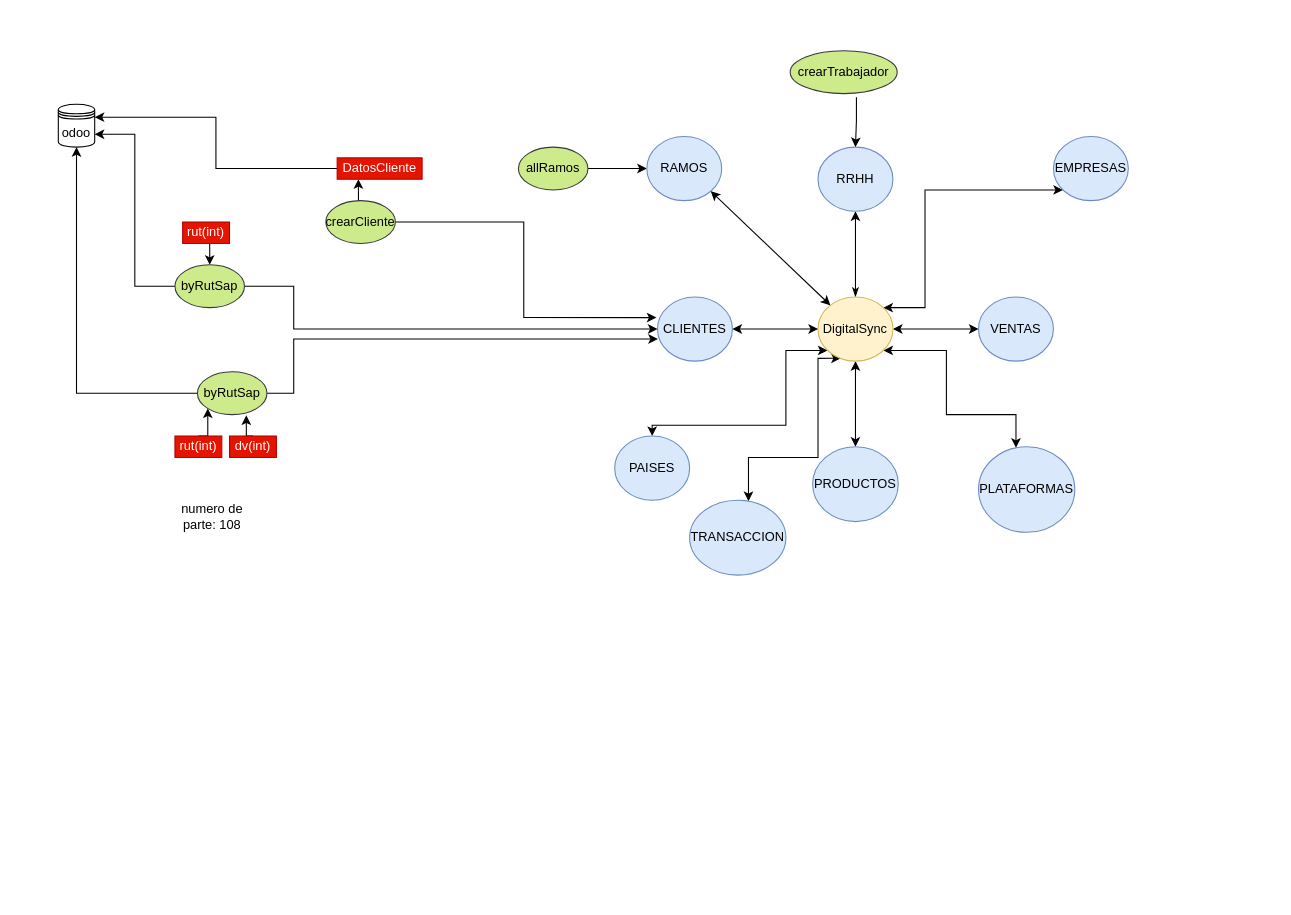
Above: diagramas/api-cliente.drawio in vvilche1/draw.io (draw.io), before the change. Source tidied: cells renumbered, new cells numbered last; positions are measured from the earlier drawing's top-left corner, leaving out a move shared by most shapes. Both pictures are drawn from the tidied source at 107%, with x=0, y=0 at pixel (58, 50).
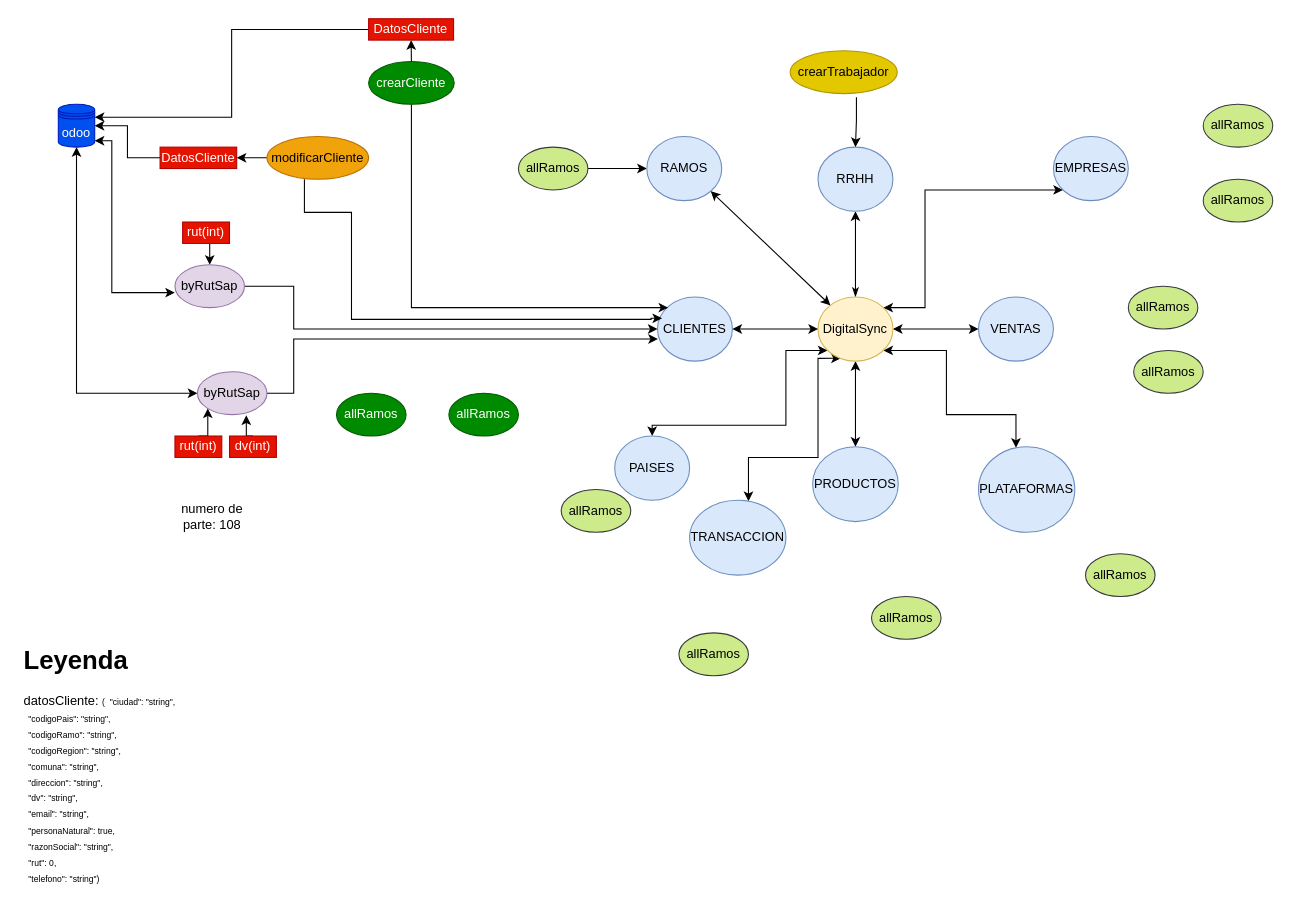
The same diagram, later.

Unchanged cells that the change refers to:
```xml
<mxCell id="12" value="CLIENTES" style="ellipse;whiteSpace=wrap;html=1;fillColor=#dae8fc;strokeColor=#6c8ebf;" parent="1" vertex="1">
  <mxGeometry x="560" y="230" width="70" height="60" as="geometry" />
</mxCell>
```

Diff of the diagram source:
```diff
@@
-    <mxCell id="25" style="edgeStyle=orthogonalEdgeStyle;rounded=0;jettySize=auto;html=1;entryX=1;entryY=0.7;entryDx=0;entryDy=0;startArrow=none;startFill=0;" parent="1" edge="1" source="26" target="35">
-      <mxGeometry relative="1" as="geometry" />
+    <mxCell id="25" style="edgeStyle=orthogonalEdgeStyle;rounded=0;orthogonalLoop=1;jettySize=auto;html=1;entryX=1;entryY=0.7;entryDx=0;entryDy=0;startArrow=classic;startFill=1;" parent="1" edge="1">
+      <mxGeometry relative="1" as="geometry">
+        <mxPoint x="109" y="226" as="sourcePoint" />
+        <mxPoint x="34" y="84" as="targetPoint" />
+        <Array as="points">
+          <mxPoint x="50" y="226" />
+          <mxPoint x="50" y="84" />
+        </Array>
+      </mxGeometry>
     </mxCell>
-    <mxCell id="26" value="byRutSap" style="ellipse;whiteSpace=wrap;html=1;fillColor=#cdeb8b;strokeColor=#36393d;" parent="1" vertex="1">
+    <mxCell id="26" value="byRutSap" style="ellipse;whiteSpace=wrap;html=1;fillColor=#e1d5e7;strokeColor=#9673a6;" parent="1" vertex="1">
       <mxGeometry x="109" y="200" width="65" height="40" as="geometry" />
     </mxCell>
@@
-    <mxCell id="28" value="crearTrabajador" style="ellipse;whiteSpace=wrap;html=1;fillColor=#cdeb8b;strokeColor=#36393d;" parent="1" vertex="1">
+    <mxCell id="28" value="crearTrabajador" style="ellipse;whiteSpace=wrap;html=1;fillColor=#e3c800;strokeColor=#B09500;fontColor=#000000;" parent="1" vertex="1">
       <mxGeometry x="684" width="100" height="40" as="geometry" />
     </mxCell>
@@
-    <mxCell id="31" style="edgeStyle=orthogonalEdgeStyle;rounded=0;jettySize=auto;html=1;entryX=0.5;entryY=1;entryDx=0;entryDy=0;startArrow=none;startFill=0;" parent="1" edge="1" source="32" target="35">
+    <mxCell id="31" style="edgeStyle=orthogonalEdgeStyle;rounded=0;jettySize=auto;html=1;entryX=0.5;entryY=1;entryDx=0;entryDy=0;startArrow=classic;startFill=1;" parent="1" edge="1" source="32" target="35">
       <mxGeometry relative="1" as="geometry" />
     </mxCell>
-    <mxCell id="32" value="byRutSap" style="ellipse;whiteSpace=wrap;html=1;fillColor=#cdeb8b;strokeColor=#36393d;" parent="1" vertex="1">
+    <mxCell id="32" value="byRutSap" style="ellipse;whiteSpace=wrap;html=1;fillColor=#e1d5e7;strokeColor=#9673a6;" parent="1" vertex="1">
       <mxGeometry x="130" y="300" width="65" height="40" as="geometry" />
     </mxCell>
@@
-    <mxCell id="35" value="odoo" style="shape=datastore;whiteSpace=wrap;html=1;" parent="1" vertex="1">
+    <mxCell id="35" value="odoo" style="shape=datastore;whiteSpace=wrap;html=1;fillColor=#0050ef;strokeColor=#001DBC;fontColor=#ffffff;" parent="1" vertex="1">
       <mxGeometry y="50" width="34" height="40" as="geometry" />
     </mxCell>
@@
-    <mxCell id="37" style="edgeStyle=orthogonalEdgeStyle;rounded=0;jettySize=auto;html=1;exitX=1;exitY=0.5;exitDx=0;exitDy=0;entryX=-0.014;entryY=0.322;entryDx=0;entryDy=0;entryPerimeter=0;" parent="1" edge="1" source="39" target="12">
+    <mxCell id="37" style="edgeStyle=orthogonalEdgeStyle;rounded=0;jettySize=auto;html=1;exitX=0.5;exitY=1;exitDx=0;exitDy=0;" parent="1" edge="1" source="39">
       <mxGeometry relative="1" as="geometry">
+        <mxPoint x="570" y="240" as="targetPoint" />
         <Array as="points">
-          <mxPoint x="435" y="160" />
-          <mxPoint x="435" y="249" />
+          <mxPoint x="330" y="240" />
         </Array>
       </mxGeometry>
     </mxCell>
-    <mxCell id="38" style="edgeStyle=orthogonalEdgeStyle;rounded=0;jettySize=auto;html=1;exitX=0.5;exitY=0;exitDx=0;exitDy=0;entryX=0.25;entryY=1;entryDx=0;entryDy=0;startArrow=none;startFill=0;" parent="1" edge="1" source="39" target="43">
+    <mxCell id="38" style="edgeStyle=orthogonalEdgeStyle;rounded=0;jettySize=auto;html=1;exitX=0.5;exitY=0;exitDx=0;exitDy=0;entryX=0.5;entryY=1;entryDx=0;entryDy=0;startArrow=none;startFill=0;" parent="1" edge="1" source="39" target="43">
       <mxGeometry relative="1" as="geometry" />
     </mxCell>
-    <mxCell id="39" value="crearCliente" style="ellipse;whiteSpace=wrap;html=1;fillColor=#cdeb8b;strokeColor=#36393d;" parent="1" vertex="1">
-      <mxGeometry x="250" y="140" width="65" height="40" as="geometry" />
+    <mxCell id="39" value="crearCliente" style="ellipse;whiteSpace=wrap;html=1;fillColor=#008a00;strokeColor=#005700;fontColor=#ffffff;" parent="1" vertex="1">
+      <mxGeometry x="290" y="10" width="80" height="40" as="geometry" />
     </mxCell>
@@
     <mxCell id="43" value="DatosCliente" style="whiteSpace=wrap;html=1;fillColor=#e51400;fontColor=#ffffff;strokeColor=#B20000;" parent="1" vertex="1">
-      <mxGeometry x="260.6" y="100" width="79.4" height="20" as="geometry" />
+      <mxGeometry x="290" y="-30" width="79.4" height="20" as="geometry" />
     </mxCell>
+    <mxCell id="44" style="edgeStyle=orthogonalEdgeStyle;rounded=0;orthogonalLoop=1;jettySize=auto;html=1;entryX=0.062;entryY=0.317;entryDx=0;entryDy=0;entryPerimeter=0;" parent="1" edge="1">
+      <mxGeometry relative="1" as="geometry">
+        <mxPoint x="230" y="120" as="sourcePoint" />
+        <mxPoint x="564.3" y="250" as="targetPoint" />
+        <Array as="points">
+          <mxPoint x="274" y="151" />
+          <mxPoint x="274" y="251" />
+          <mxPoint x="554" y="251" />
+          <mxPoint x="554" y="250" />
+        </Array>
+      </mxGeometry>
+    </mxCell>
+    <mxCell id="45" style="edgeStyle=orthogonalEdgeStyle;rounded=0;jettySize=auto;html=1;entryX=1;entryY=0.5;entryDx=0;entryDy=0;startArrow=none;startFill=0;" parent="1" edge="1" source="49" target="35">
+      <mxGeometry relative="1" as="geometry" />
+    </mxCell>
+    <mxCell id="46" style="edgeStyle=orthogonalEdgeStyle;rounded=0;jettySize=auto;html=1;fontSize=8;startArrow=none;startFill=0;" parent="1" edge="1" source="47" target="49">
+      <mxGeometry relative="1" as="geometry" />
+    </mxCell>
+    <mxCell id="47" value="modificarCliente" style="ellipse;whiteSpace=wrap;html=1;fillColor=#f0a30a;strokeColor=#BD7000;fontColor=#000000;" parent="1" vertex="1">
+      <mxGeometry x="195" y="80" width="95" height="40" as="geometry" />
+    </mxCell>
+    <mxCell id="48" value="&lt;h1&gt;&lt;span&gt;Leyenda&lt;/span&gt;&lt;/h1&gt;&lt;h1 style=&quot;font-size: 8px&quot;&gt;&lt;span style=&quot;font-size: 12px ; font-weight: 400&quot;&gt;datosCliente: &lt;/span&gt;&lt;span style=&quot;font-weight: 400&quot;&gt;&lt;font style=&quot;font-size: 8px&quot;&gt;(&amp;nbsp;&amp;nbsp;&quot;ciudad&quot;: &quot;string&quot;,&lt;/font&gt;&lt;/span&gt;&lt;/h1&gt;&lt;h1 style=&quot;font-size: 8px&quot;&gt;&lt;span style=&quot;font-weight: 400&quot;&gt;&lt;font style=&quot;font-size: 8px&quot;&gt;&amp;nbsp; &quot;codigoPais&quot;: &quot;string&quot;,&lt;/font&gt;&lt;/span&gt;&lt;/h1&gt;&lt;h1 style=&quot;font-size: 8px&quot;&gt;&lt;span style=&quot;font-weight: 400&quot;&gt;&lt;font style=&quot;font-size: 8px&quot;&gt;&amp;nbsp; &quot;codigoRamo&quot;: &quot;string&quot;,&lt;/font&gt;&lt;/span&gt;&lt;/h1&gt;&lt;h1 style=&quot;font-size: 8px&quot;&gt;&lt;span style=&quot;font-weight: 400&quot;&gt;&lt;font style=&quot;font-size: 8px&quot;&gt;&amp;nbsp; &quot;codigoRegion&quot;: &quot;string&quot;,&lt;/font&gt;&lt;/span&gt;&lt;/h1&gt;&lt;h1 style=&quot;font-size: 8px&quot;&gt;&lt;span style=&quot;font-weight: 400&quot;&gt;&lt;font style=&quot;font-size: 8px&quot;&gt;&amp;nbsp; &quot;comuna&quot;: &quot;string&quot;,&lt;/font&gt;&lt;/span&gt;&lt;/h1&gt;&lt;h1 style=&quot;font-size: 8px&quot;&gt;&lt;span style=&quot;font-weight: 400&quot;&gt;&lt;font style=&quot;font-size: 8px&quot;&gt;&amp;nbsp; &quot;direccion&quot;: &quot;string&quot;,&lt;/font&gt;&lt;/span&gt;&lt;/h1&gt;&lt;h1 style=&quot;font-size: 8px&quot;&gt;&lt;span style=&quot;font-weight: 400&quot;&gt;&lt;font style=&quot;font-size: 8px&quot;&gt;&amp;nbsp; &quot;dv&quot;: &quot;string&quot;,&lt;/font&gt;&lt;/span&gt;&lt;/h1&gt;&lt;h1 style=&quot;font-size: 8px&quot;&gt;&lt;span style=&quot;font-weight: 400&quot;&gt;&lt;font style=&quot;font-size: 8px&quot;&gt;&amp;nbsp; &quot;email&quot;: &quot;string&quot;,&lt;/font&gt;&lt;/span&gt;&lt;/h1&gt;&lt;h1 style=&quot;font-size: 8px&quot;&gt;&lt;span style=&quot;font-weight: 400&quot;&gt;&lt;font style=&quot;font-size: 8px&quot;&gt;&amp;nbsp; &quot;personaNatural&quot;: true,&lt;/font&gt;&lt;/span&gt;&lt;/h1&gt;&lt;h1 style=&quot;font-size: 8px&quot;&gt;&lt;span style=&quot;font-weight: 400&quot;&gt;&lt;font style=&quot;font-size: 8px&quot;&gt;&amp;nbsp; &quot;razonSocial&quot;: &quot;string&quot;,&lt;/font&gt;&lt;/span&gt;&lt;/h1&gt;&lt;h1 style=&quot;font-size: 8px&quot;&gt;&lt;span style=&quot;font-weight: 400&quot;&gt;&lt;font style=&quot;font-size: 8px&quot;&gt;&amp;nbsp; &quot;rut&quot;: 0,&lt;/font&gt;&lt;/span&gt;&lt;/h1&gt;&lt;h1 style=&quot;font-size: 8px&quot;&gt;&lt;span style=&quot;font-weight: 400&quot;&gt;&lt;font style=&quot;font-size: 8px&quot;&gt;&amp;nbsp; &quot;telefono&quot;: &quot;string&quot;)&lt;/font&gt;&lt;/span&gt;&lt;/h1&gt;" style="text;html=1;strokeColor=none;fillColor=none;spacing=5;spacingTop=-20;whiteSpace=wrap;overflow=hidden;rounded=0;" parent="1" vertex="1">
+      <mxGeometry x="-37.2" y="550" width="190" height="240" as="geometry" />
+    </mxCell>
+    <mxCell id="49" value="DatosCliente" style="whiteSpace=wrap;html=1;fillColor=#e51400;fontColor=#ffffff;strokeColor=#B20000;" parent="1" vertex="1">
+      <mxGeometry x="95.1" y="90" width="71.6" height="20" as="geometry" />
+    </mxCell>
+    <mxCell id="50" value="allRamos" style="ellipse;whiteSpace=wrap;html=1;fillColor=#cdeb8b;strokeColor=#36393d;" parent="1" vertex="1">
+      <mxGeometry x="1070" y="50" width="65" height="40" as="geometry" />
+    </mxCell>
+    <mxCell id="51" value="allRamos" style="ellipse;whiteSpace=wrap;html=1;fillColor=#cdeb8b;strokeColor=#36393d;" parent="1" vertex="1">
+      <mxGeometry x="1070" y="120" width="65" height="40" as="geometry" />
+    </mxCell>
+    <mxCell id="52" value="allRamos" style="ellipse;whiteSpace=wrap;html=1;fillColor=#cdeb8b;strokeColor=#36393d;" parent="1" vertex="1">
+      <mxGeometry x="1000" y="220" width="65" height="40" as="geometry" />
+    </mxCell>
+    <mxCell id="53" value="allRamos" style="ellipse;whiteSpace=wrap;html=1;fillColor=#cdeb8b;strokeColor=#36393d;" parent="1" vertex="1">
+      <mxGeometry x="1005" y="280" width="65" height="40" as="geometry" />
+    </mxCell>
+    <mxCell id="54" value="allRamos" style="ellipse;whiteSpace=wrap;html=1;fillColor=#cdeb8b;strokeColor=#36393d;" parent="1" vertex="1">
+      <mxGeometry x="960" y="470" width="65" height="40" as="geometry" />
+    </mxCell>
+    <mxCell id="55" value="allRamos" style="ellipse;whiteSpace=wrap;html=1;fillColor=#cdeb8b;strokeColor=#36393d;" parent="1" vertex="1">
+      <mxGeometry x="760" y="510" width="65" height="40" as="geometry" />
+    </mxCell>
+    <mxCell id="56" value="allRamos" style="ellipse;whiteSpace=wrap;html=1;fillColor=#cdeb8b;strokeColor=#36393d;" parent="1" vertex="1">
+      <mxGeometry x="580" y="544" width="65" height="40" as="geometry" />
+    </mxCell>
+    <mxCell id="57" value="allRamos" style="ellipse;whiteSpace=wrap;html=1;fillColor=#008a00;strokeColor=#005700;fontColor=#ffffff;" parent="1" vertex="1">
+      <mxGeometry x="260" y="320" width="65" height="40" as="geometry" />
+    </mxCell>
+    <mxCell id="58" value="allRamos" style="ellipse;whiteSpace=wrap;html=1;fillColor=#cdeb8b;strokeColor=#36393d;" parent="1" vertex="1">
+      <mxGeometry x="470" y="410" width="65" height="40" as="geometry" />
+    </mxCell>
+    <mxCell id="59" value="allRamos" style="ellipse;whiteSpace=wrap;html=1;fillColor=#008a00;strokeColor=#005700;fontColor=#ffffff;" parent="1" vertex="1">
+      <mxGeometry x="365" y="320" width="65" height="40" as="geometry" />
+    </mxCell>
```
